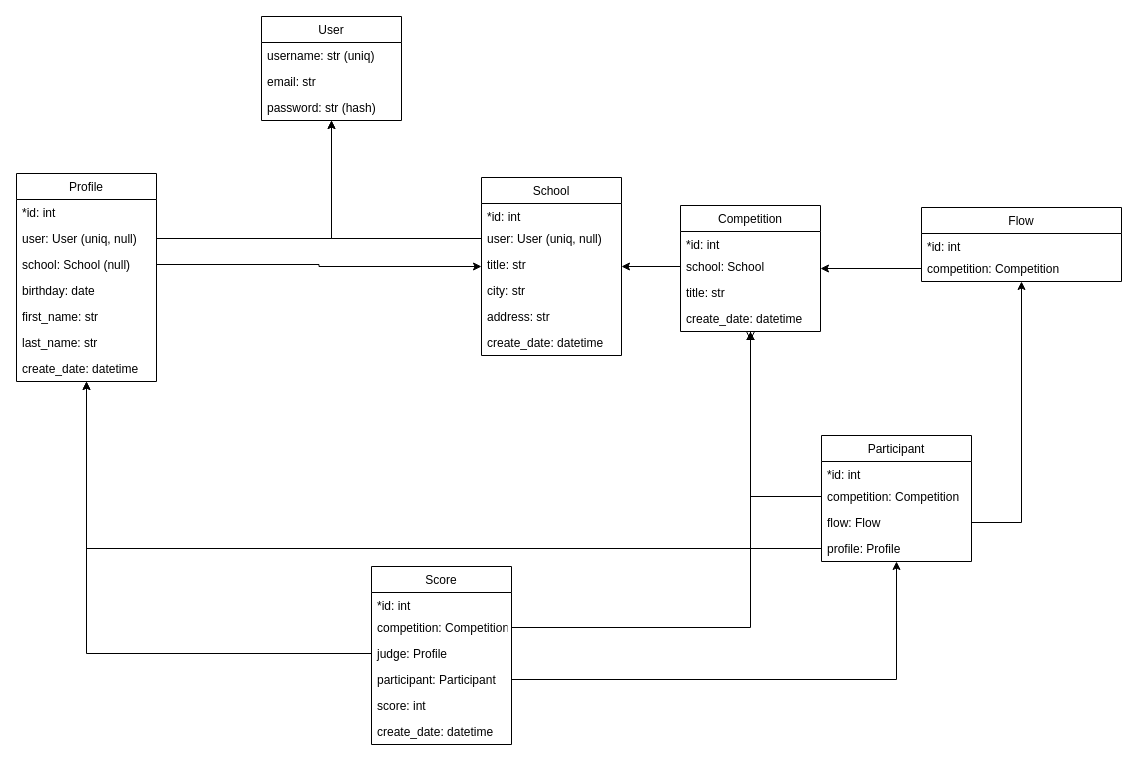
wd055/bmstu_db keeps this draw.io diagram as page "UML" (1 of 2) of lab_01/БД.drawio. Above is the earlier version. Source tidied: cells renumbered, new cells numbered last; positions are measured from the earlier drawing's top-left corner, leaving out a move shared by most shapes. Both pictures are drawn from the tidied source at 100%, with x=0, y=0 at pixel (16, 16).
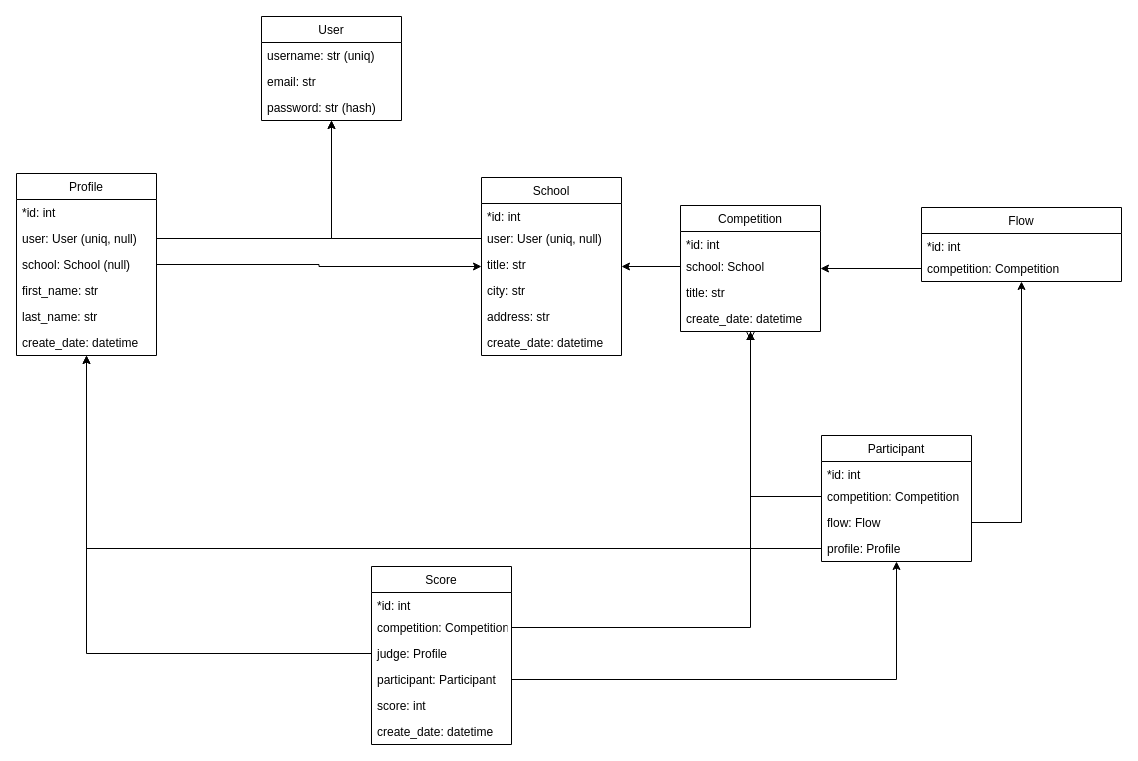
The same page after the edit.

The edit, as a diff of the source:
```diff
@@
     <mxCell id="6" value="Profile" style="swimlane;fontStyle=0;horizontal=1;startSize=26;fillColor=none;" parent="1" vertex="1">
-      <mxGeometry y="157" width="140" height="208" as="geometry" />
+      <mxGeometry y="157" width="140" height="182" as="geometry" />
     </mxCell>
@@
-    <mxCell id="10" value="birthday: date" style="text;strokeColor=none;fillColor=none;align=left;verticalAlign=top;spacingLeft=4;spacingRight=4;overflow=hidden;" parent="6" vertex="1">
-      <mxGeometry y="104" width="140" height="26" as="geometry" />
-    </mxCell>
     <mxCell id="11" value="first_name: str" style="text;strokeColor=none;fillColor=none;align=left;verticalAlign=top;spacingLeft=4;spacingRight=4;overflow=hidden;" parent="6" vertex="1">
-      <mxGeometry y="130" width="140" height="26" as="geometry" />
+      <mxGeometry y="104" width="140" height="26" as="geometry" />
     </mxCell>
     <mxCell id="12" value="last_name: str" style="text;strokeColor=none;fillColor=none;align=left;verticalAlign=top;spacingLeft=4;spacingRight=4;overflow=hidden;" parent="6" vertex="1">
-      <mxGeometry y="156" width="140" height="26" as="geometry" />
+      <mxGeometry y="130" width="140" height="26" as="geometry" />
     </mxCell>
     <mxCell id="13" value="create_date: datetime" style="text;strokeColor=none;fillColor=none;align=left;verticalAlign=top;spacingLeft=4;spacingRight=4;overflow=hidden;" parent="6" vertex="1">
-      <mxGeometry y="182" width="140" height="26" as="geometry" />
+      <mxGeometry y="156" width="140" height="26" as="geometry" />
     </mxCell>
```
